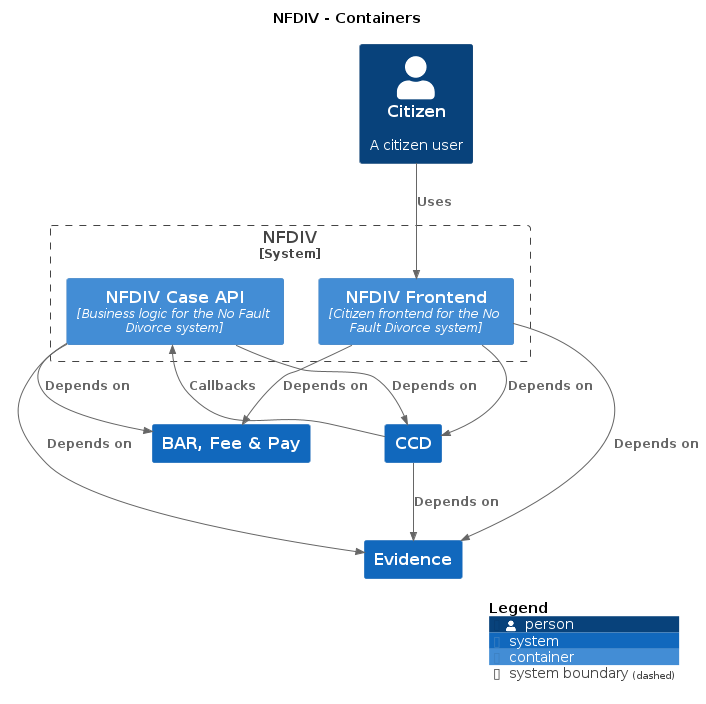
Before: docs/c4/nfdiv/images/structurizr-nfdiv-citizen.png, a diagram exported from PlantUML (hmcts/cnp-api-docs).
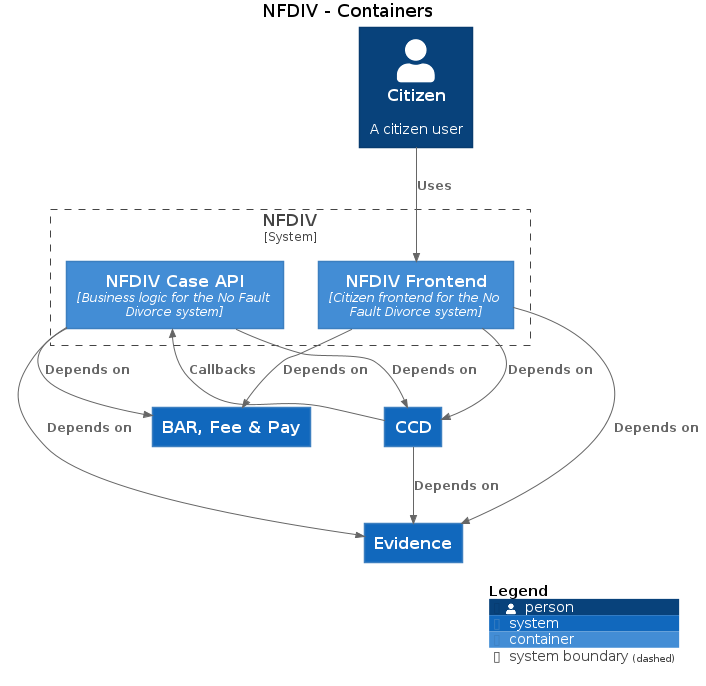
After the change.

Change to the diagram source:
```diff
@@ -3,29 +3,29 @@
 
 top to bottom direction
 
-!include https://raw.githubusercontent.com/plantuml-stdlib/C4-PlantUML/master/C4.puml
-!include https://raw.githubusercontent.com/plantuml-stdlib/C4-PlantUML/master/C4_Context.puml
-!include https://raw.githubusercontent.com/plantuml-stdlib/C4-PlantUML/master/C4_Container.puml
+!includeurl https://raw.githubusercontent.com/plantuml-stdlib/C4-PlantUML/master/C4.puml
+!includeurl https://raw.githubusercontent.com/plantuml-stdlib/C4-PlantUML/master/C4_Context.puml
+!includeurl https://raw.githubusercontent.com/plantuml-stdlib/C4-PlantUML/master/C4_Container.puml
 
-Person(Citizen, "Citizen", "A citizen user", $tags="")
-System(CCD, "CCD", "", $tags="")
-System(BARFeePay, "BAR, Fee & Pay", "", $tags="")
-System(Evidence, "Evidence", "", $tags="")
+Person(Citizen, "Citizen", "A citizen user")
+System(CCD, "CCD", "")
+System(BARFeePay, "BAR, Fee & Pay", "")
+System(Evidence, "Evidence", "")
 
 System_Boundary("NFDIV_boundary", "NFDIV") {
-  Container(NFDIV.NFDIVFrontend, "NFDIV Frontend", "Citizen frontend for the No Fault Divorce system", $tags="")
-  Container(NFDIV.NFDIVCaseAPI, "NFDIV Case API", "Business logic for the No Fault Divorce system", $tags="")
+  Container(NFDIV.NFDIVFrontend, "NFDIV Frontend", "Citizen frontend for the No Fault Divorce system")
+  Container(NFDIV.NFDIVCaseAPI, "NFDIV Case API", "Business logic for the No Fault Divorce system")
 }
 
-Rel_D(CCD, Evidence, "Depends on", $tags="")
-Rel_D(NFDIV.NFDIVFrontend, CCD, "Depends on", $tags="")
-Rel_D(NFDIV.NFDIVFrontend, BARFeePay, "Depends on", $tags="")
-Rel_D(NFDIV.NFDIVFrontend, Evidence, "Depends on", $tags="")
-Rel_D(NFDIV.NFDIVCaseAPI, CCD, "Depends on", $tags="")
-Rel_D(NFDIV.NFDIVCaseAPI, BARFeePay, "Depends on", $tags="")
-Rel_D(NFDIV.NFDIVCaseAPI, Evidence, "Depends on", $tags="")
-Rel_D(Citizen, NFDIV.NFDIVFrontend, "Uses", $tags="")
-Rel_D(CCD, NFDIV.NFDIVCaseAPI, "Callbacks", $tags="")
+Rel_D(CCD, Evidence, "Depends on")
+Rel_D(NFDIV.NFDIVFrontend, CCD, "Depends on")
+Rel_D(NFDIV.NFDIVFrontend, BARFeePay, "Depends on")
+Rel_D(NFDIV.NFDIVFrontend, Evidence, "Depends on")
+Rel_D(NFDIV.NFDIVCaseAPI, CCD, "Depends on")
+Rel_D(NFDIV.NFDIVCaseAPI, BARFeePay, "Depends on")
+Rel_D(NFDIV.NFDIVCaseAPI, Evidence, "Depends on")
+Rel_D(Citizen, NFDIV.NFDIVFrontend, "Uses")
+Rel_D(CCD, NFDIV.NFDIVCaseAPI, "Callbacks")
 
 SHOW_DYNAMIC_LEGEND()
 @enduml
```
